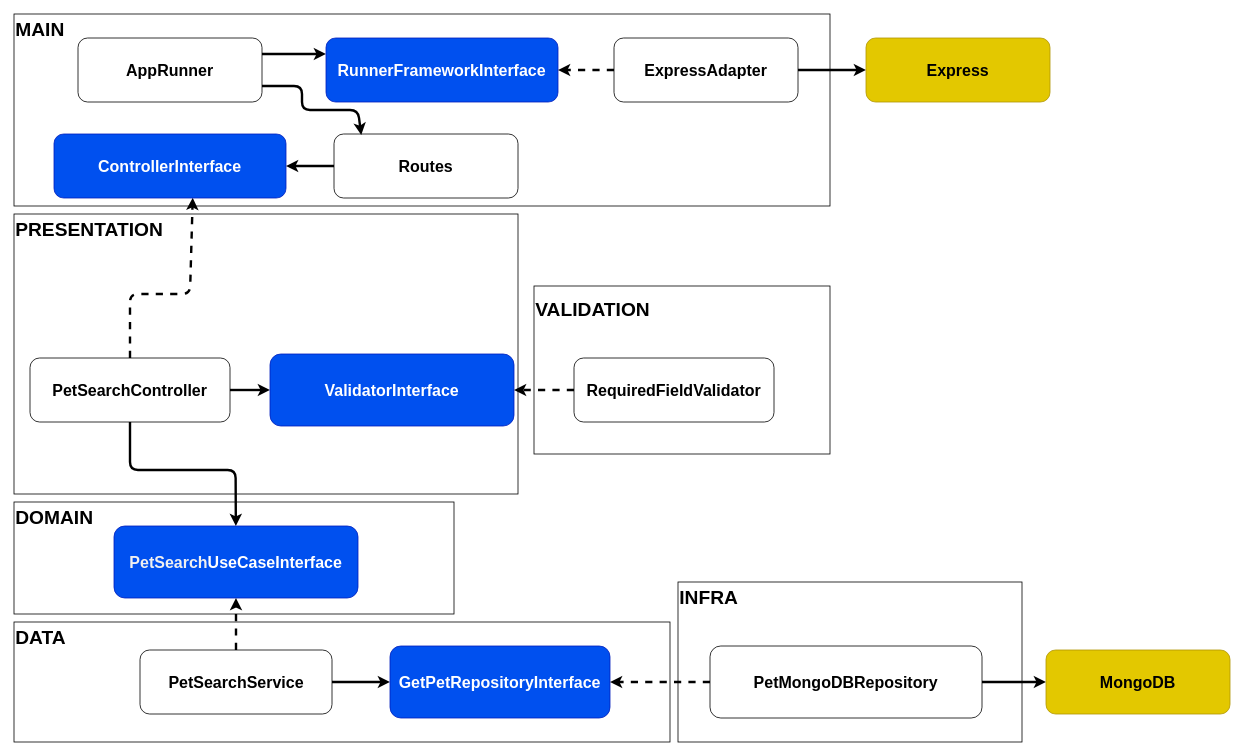
Above: diagrams/drawio/search-pet.drawio in DouglasVolcato/pet-adoption-backend (draw.io), before the change. Source tidied: cells renumbered, new cells numbered last; positions are measured from the earlier drawing's top-left corner, leaving out a move shared by most shapes. Both pictures are drawn from the tidied source at 80%, with x=0, y=0 at pixel (14, 14).
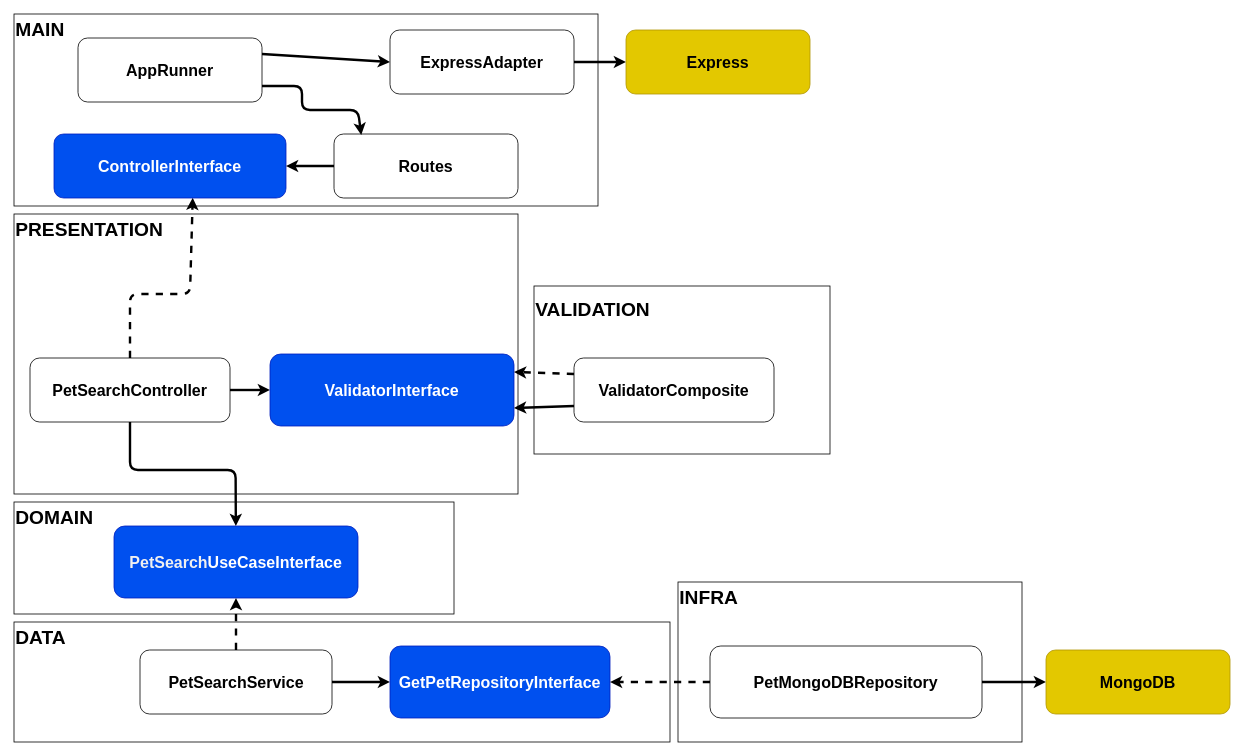
The same diagram, later.

Unchanged cells that the change refers to:
```xml
<mxCell id="21" value="AppRunner" style="rounded=1;whiteSpace=wrap;html=1;fontSize=20;fontStyle=1;" parent="1" vertex="1">
  <mxGeometry x="80" y="30" width="230" height="80" as="geometry" />
</mxCell>
<mxCell id="32" value="ValidatorInterface" style="rounded=1;whiteSpace=wrap;html=1;fillColor=#0050ef;fontColor=#ffffff;strokeColor=#001DBC;fontSize=20;fontStyle=1;" parent="1" vertex="1">
  <mxGeometry x="320" y="425" width="305" height="90" as="geometry" />
</mxCell>
```

Change to the diagram source:
```diff
@@
     <mxCell id="7" style="rounded=0;whiteSpace=wrap;html=1;fontSize=20;fontStyle=1;" parent="1" vertex="1">
-      <mxGeometry width="1020" height="240" as="geometry" />
+      <mxGeometry width="730" height="240" as="geometry" />
     </mxCell>
@@
-    <mxCell id="19" style="edgeStyle=none;html=1;exitX=1;exitY=0.25;exitDx=0;exitDy=0;entryX=0;entryY=0.25;entryDx=0;entryDy=0;strokeWidth=3;fontSize=20;fontStyle=1;" parent="1" edge="1" source="21" target="22">
+    <mxCell id="19" style="edgeStyle=none;html=1;exitX=1;exitY=0.25;exitDx=0;exitDy=0;entryX=0;entryY=0.5;entryDx=0;entryDy=0;strokeWidth=3;fontSize=20;fontStyle=1;" parent="1" edge="1" source="21" target="25">
       <mxGeometry relative="1" as="geometry" />
     </mxCell>
@@
-    <mxCell id="22" value="RunnerFrameworkInterface" style="rounded=1;whiteSpace=wrap;html=1;fontSize=20;fillColor=#0050ef;fontColor=#ffffff;strokeColor=#001DBC;fontStyle=1;" parent="1" vertex="1">
-      <mxGeometry x="390" y="30" width="290" height="80" as="geometry" />
-    </mxCell>
@@
-    <mxCell id="24" style="edgeStyle=none;html=1;exitX=0;exitY=0.5;exitDx=0;exitDy=0;entryX=1;entryY=0.5;entryDx=0;entryDy=0;dashed=1;strokeWidth=3;fontSize=20;" parent="1" edge="1" source="25" target="22">
-      <mxGeometry relative="1" as="geometry" />
-    </mxCell>
     <mxCell id="25" value="ExpressAdapter" style="rounded=1;whiteSpace=wrap;html=1;fontSize=20;fontStyle=1;" parent="1" vertex="1">
-      <mxGeometry x="750" y="30" width="230" height="80" as="geometry" />
+      <mxGeometry x="470" y="20" width="230" height="80" as="geometry" />
     </mxCell>
     <mxCell id="26" value="Express" style="rounded=1;whiteSpace=wrap;html=1;fontSize=20;fillColor=#e3c800;fontColor=#000000;strokeColor=#B09500;fontStyle=1;" parent="1" vertex="1">
-      <mxGeometry x="1065" y="30" width="230" height="80" as="geometry" />
+      <mxGeometry x="765" y="20" width="230" height="80" as="geometry" />
     </mxCell>
@@
-    <mxCell id="33" style="edgeStyle=none;html=1;exitX=0;exitY=0.5;exitDx=0;exitDy=0;entryX=1;entryY=0.5;entryDx=0;entryDy=0;strokeWidth=3;dashed=1;" parent="1" edge="1" source="34" target="32">
+    <mxCell id="33" style="edgeStyle=none;html=1;exitX=0;exitY=0.25;exitDx=0;exitDy=0;entryX=1;entryY=0.25;entryDx=0;entryDy=0;strokeWidth=3;dashed=1;" parent="1" edge="1" source="34" target="32">
       <mxGeometry relative="1" as="geometry" />
     </mxCell>
+    <mxCell id="41" style="edgeStyle=none;html=1;exitX=0;exitY=0.75;exitDx=0;exitDy=0;entryX=1;entryY=0.75;entryDx=0;entryDy=0;strokeWidth=3;" parent="1" edge="1" source="34" target="32">
+      <mxGeometry relative="1" as="geometry" />
+    </mxCell>
-    <mxCell id="34" value="RequiredFieldValidator" style="rounded=1;whiteSpace=wrap;html=1;fontSize=20;fontStyle=1;" parent="1" vertex="1">
+    <mxCell id="34" value="ValidatorComposite" style="rounded=1;whiteSpace=wrap;html=1;fontSize=20;fontStyle=1;" parent="1" vertex="1">
       <mxGeometry x="700" y="430" width="250" height="80" as="geometry" />
     </mxCell>
```
